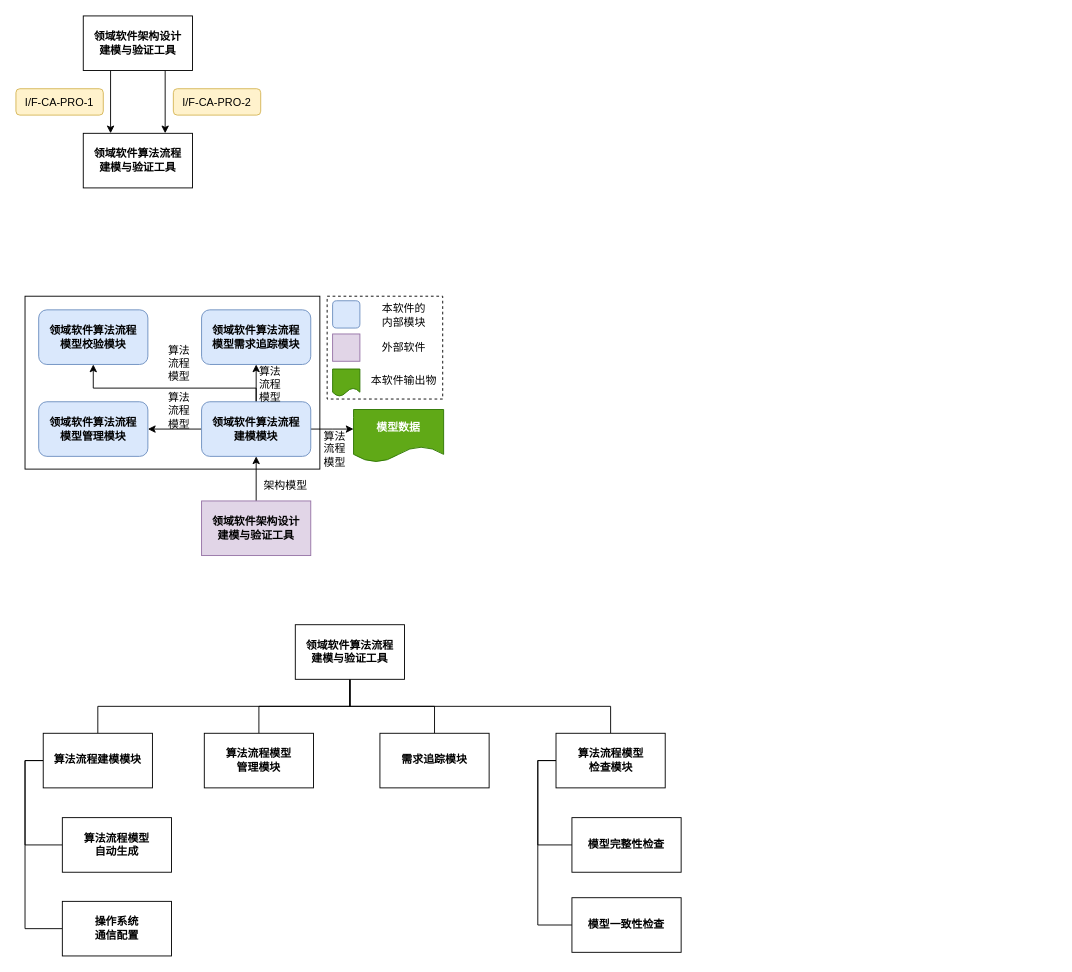
The draw.io diagram page "进程需求" (3 of 3) of Usage Instructions/安全攸关模版.drawio in Ayuan66/ArchTacRV-Software-Architectural-Tactics-Detector-and-Verifier, before the edit. Source tidied: cells renumbered, new cells numbered last; positions are measured from the earlier drawing's top-left corner, leaving out a move shared by most shapes. Both pictures are drawn from the tidied source at 91%, with x=0, y=0 at pixel (15, 15).
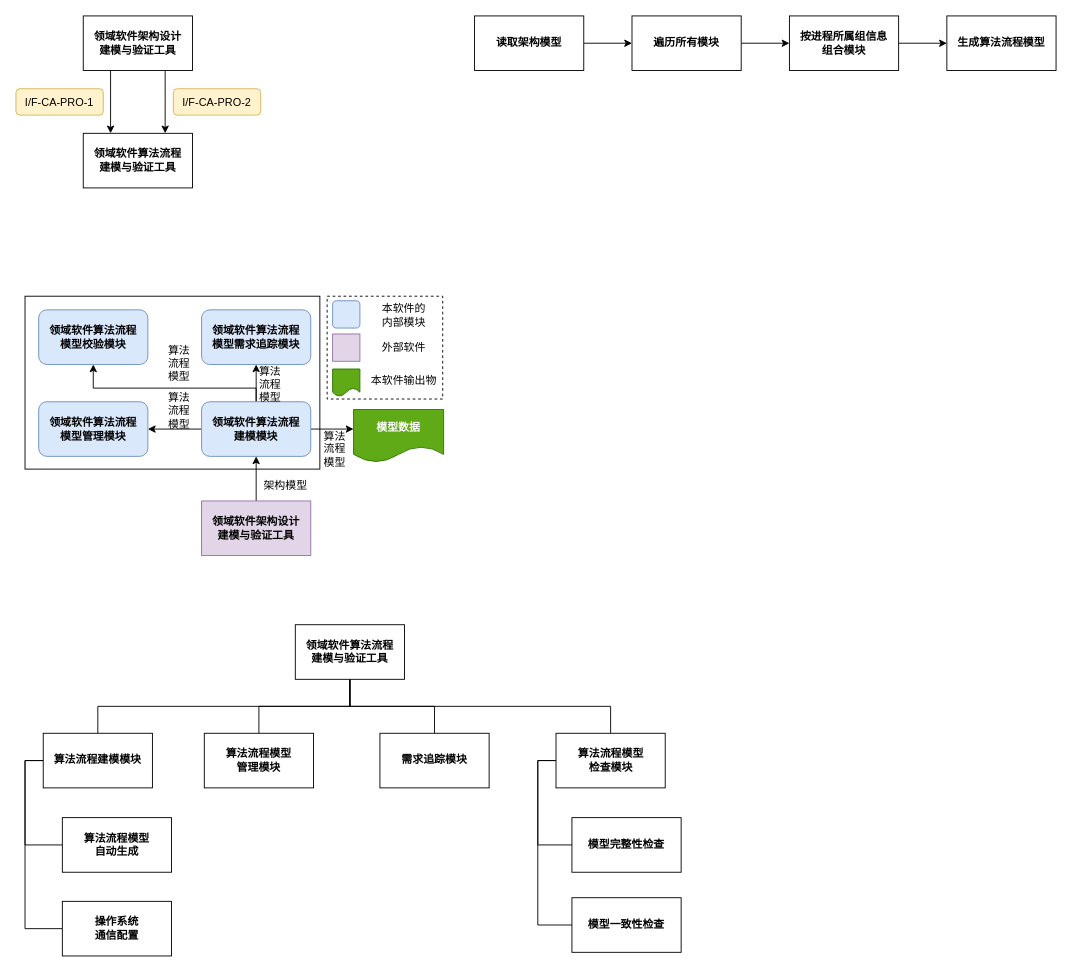
The same page after the edit.

Change to the diagram source:
```diff
@@
+    <mxCell id="49" style="edgeStyle=orthogonalEdgeStyle;rounded=0;jettySize=auto;html=1;exitX=1;exitY=0.5;exitDx=0;exitDy=0;" parent="1" edge="1" source="50" target="52">
+      <mxGeometry relative="1" as="geometry" />
+    </mxCell>
+    <mxCell id="50" value="读取架构模型" style="whiteSpace=wrap;html=1;fontStyle=1;" parent="1" vertex="1">
+      <mxGeometry x="504" width="120" height="60" as="geometry" />
+    </mxCell>
+    <mxCell id="51" style="edgeStyle=orthogonalEdgeStyle;rounded=0;jettySize=auto;html=1;exitX=1;exitY=0.5;exitDx=0;exitDy=0;" parent="1" edge="1" source="52" target="54">
+      <mxGeometry relative="1" as="geometry" />
+    </mxCell>
+    <mxCell id="52" value="遍历所有模块" style="whiteSpace=wrap;html=1;fontStyle=1;" parent="1" vertex="1">
+      <mxGeometry x="677" width="120" height="60" as="geometry" />
+    </mxCell>
+    <mxCell id="53" style="edgeStyle=orthogonalEdgeStyle;rounded=0;jettySize=auto;html=1;exitX=1;exitY=0.5;exitDx=0;exitDy=0;" parent="1" edge="1" source="54" target="55">
+      <mxGeometry relative="1" as="geometry" />
+    </mxCell>
+    <mxCell id="54" value="按进程所属组信息&lt;br style=&quot;border-color: var(--border-color);&quot;&gt;组合模块" style="whiteSpace=wrap;html=1;fontStyle=1;" parent="1" vertex="1">
+      <mxGeometry x="850" width="120" height="60" as="geometry" />
+    </mxCell>
+    <mxCell id="55" value="生成算法流程模型" style="whiteSpace=wrap;html=1;fontStyle=1;" parent="1" vertex="1">
+      <mxGeometry x="1023" width="120" height="60" as="geometry" />
+    </mxCell>
```
